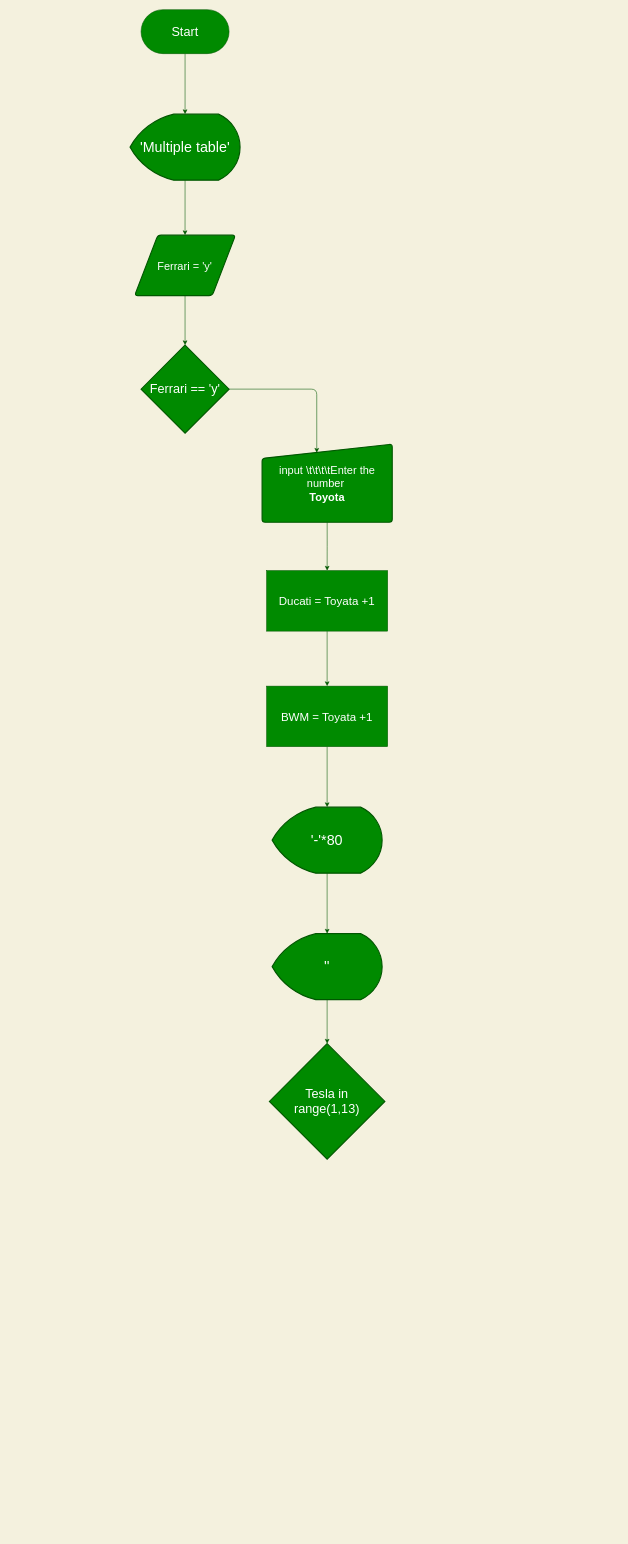
This is Homework/flowHomework_multiple_table.drawio from JakapatJod/INE-PYTHON-64, a draw.io file, before an edit. Source tidied: cells renumbered, new cells numbered last; positions are measured from the earlier drawing's top-left corner, leaving out a move shared by most shapes. Both pictures are drawn from the tidied source at 55%, with x=0, y=0 at pixel (130, 9).
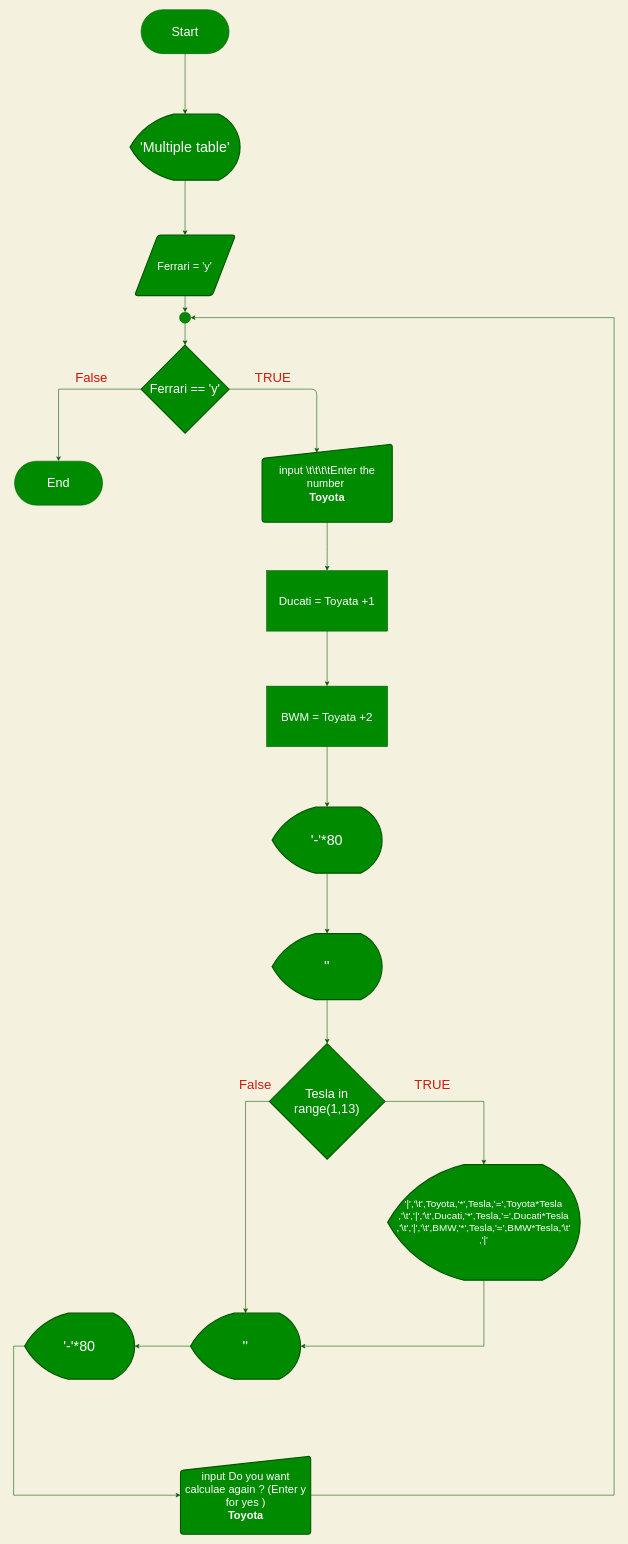
The same diagram, later.

Unchanged cells that the change refers to:
```xml
<mxCell id="7" value="&lt;font style=&quot;font-size: 20px&quot; color=&quot;#ffffff&quot;&gt;Ferrari = 'y'&lt;/font&gt;" style="shape=parallelogram;html=1;strokeWidth=2;perimeter=parallelogramPerimeter;whiteSpace=wrap;rounded=1;arcSize=12;size=0.23;sketch=0;fontColor=#ffffff;fillColor=#008a00;strokeColor=#005700;" parent="1" vertex="1">
  <mxGeometry x="8.3" y="410" width="183.3" height="110" as="geometry" />
</mxCell>
<mxCell id="9" value="&lt;font color=&quot;#ffffff&quot; style=&quot;font-size: 23px&quot;&gt;Ferrari == 'y'&lt;/font&gt;" style="strokeWidth=2;html=1;shape=mxgraph.flowchart.decision;whiteSpace=wrap;rounded=0;sketch=0;fontColor=#ffffff;fillColor=#008a00;strokeColor=#005700;" parent="1" vertex="1">
  <mxGeometry x="20" y="610" width="160" height="160" as="geometry" />
</mxCell>
<mxCell id="20" value="&lt;font color=&quot;#ffffff&quot;&gt;&lt;span style=&quot;font-size: 23px&quot;&gt;Tesla in &lt;br&gt;range(1,13)&lt;/span&gt;&lt;/font&gt;" style="strokeWidth=2;html=1;shape=mxgraph.flowchart.decision;whiteSpace=wrap;rounded=0;sketch=0;fontColor=#ffffff;fillColor=#008a00;strokeColor=#005700;" parent="1" vertex="1">
  <mxGeometry x="253.3" y="1880" width="210" height="210" as="geometry" />
</mxCell>
```

The edit, as a diff of the source:
```diff
@@
-    <mxCell id="6" style="edgeStyle=orthogonalEdgeStyle;curved=0;rounded=1;sketch=0;jettySize=auto;html=1;exitX=0.5;exitY=1;exitDx=0;exitDy=0;entryX=0.5;entryY=0;entryDx=0;entryDy=0;entryPerimeter=0;fontColor=#393C56;strokeColor=#005700;fillColor=#008a00;" parent="1" edge="1" source="7" target="9">
-      <mxGeometry relative="1" as="geometry" />
+    <mxCell id="6" style="edgeStyle=orthogonalEdgeStyle;curved=0;rounded=1;sketch=0;jettySize=auto;html=1;exitX=0.5;exitY=1;exitDx=0;exitDy=0;fontColor=#393C56;strokeColor=#005700;fillColor=#008a00;" parent="1" edge="1" source="7">
+      <mxGeometry relative="1" as="geometry">
+        <mxPoint x="100" y="550" as="targetPoint" />
+        <Array as="points">
+          <mxPoint x="100" y="550" />
+          <mxPoint x="100" y="550" />
+        </Array>
+      </mxGeometry>
     </mxCell>
@@
+    <mxCell id="21" style="edgeStyle=orthogonalEdgeStyle;rounded=0;jettySize=auto;html=1;exitX=0;exitY=0.5;exitDx=0;exitDy=0;exitPerimeter=0;fillColor=#008a00;strokeColor=#005700;entryX=0.5;entryY=0;entryDx=0;entryDy=0;" parent="1" edge="1" source="9" target="26">
+      <mxGeometry relative="1" as="geometry" />
+    </mxCell>
@@
-    <mxCell id="15" value="&lt;font style=&quot;font-size: 21px&quot; color=&quot;#ffffff&quot;&gt;BWM = Toyata +1&lt;/font&gt;" style="rounded=0;whiteSpace=wrap;html=1;sketch=0;fontColor=#ffffff;strokeColor=#005700;fillColor=#008a00;" parent="1" vertex="1">
+    <mxCell id="15" value="&lt;font style=&quot;font-size: 21px&quot; color=&quot;#ffffff&quot;&gt;BWM = Toyata +2&lt;/font&gt;" style="rounded=0;whiteSpace=wrap;html=1;sketch=0;fontColor=#ffffff;strokeColor=#005700;fillColor=#008a00;" parent="1" vertex="1">
       <mxGeometry x="248.3" y="1230" width="220" height="110" as="geometry" />
     </mxCell>
@@
+    <mxCell id="22" style="edgeStyle=orthogonalEdgeStyle;rounded=0;jettySize=auto;html=1;exitX=1;exitY=0.5;exitDx=0;exitDy=0;exitPerimeter=0;entryX=0.5;entryY=0;entryDx=0;entryDy=0;entryPerimeter=0;fillColor=#008a00;strokeColor=#005700;" parent="1" edge="1" source="20" target="25">
+      <mxGeometry relative="1" as="geometry" />
+    </mxCell>
+    <mxCell id="23" style="edgeStyle=orthogonalEdgeStyle;rounded=0;jettySize=auto;html=1;exitX=0;exitY=0.5;exitDx=0;exitDy=0;exitPerimeter=0;entryX=0.5;entryY=0;entryDx=0;entryDy=0;entryPerimeter=0;fontSize=24;fontColor=#00CC00;fillColor=#008a00;strokeColor=#005700;" parent="1" edge="1" source="20" target="30">
+      <mxGeometry relative="1" as="geometry" />
+    </mxCell>
@@
+    <mxCell id="24" style="edgeStyle=orthogonalEdgeStyle;rounded=0;jettySize=auto;html=1;exitX=0.5;exitY=1;exitDx=0;exitDy=0;exitPerimeter=0;entryX=1;entryY=0.5;entryDx=0;entryDy=0;entryPerimeter=0;fontSize=24;fontColor=#00CC00;fillColor=#008a00;strokeColor=#005700;" parent="1" edge="1" source="25" target="30">
+      <mxGeometry relative="1" as="geometry" />
+    </mxCell>
+    <mxCell id="25" value="&lt;font style=&quot;font-size: 18px&quot;&gt;'|','\t',Toyota,'*',Tesla,'=',Toyota*Tesla&lt;br&gt;,'\t','|','\t',Ducati,'*',Tesla,'=',Ducati*Tesla&lt;br&gt;,'\t','|','\t',BMW,'*',Tesla,'=',BMW*Tesla,'\t'&lt;br&gt;,'|'&lt;br&gt;&lt;/font&gt;" style="strokeWidth=2;html=1;shape=mxgraph.flowchart.display;whiteSpace=wrap;rounded=0;sketch=0;fontColor=#ffffff;fillColor=#008a00;strokeColor=#005700;" parent="1" vertex="1">
+      <mxGeometry x="468.3" y="2100" width="350" height="210" as="geometry" />
+    </mxCell>
+    <mxCell id="26" value="&lt;span style=&quot;font-size: 23px&quot;&gt;End&lt;/span&gt;" style="rounded=1;whiteSpace=wrap;html=1;sketch=0;arcSize=50;fillColor=#008a00;strokeColor=#005700;fontColor=#ffffff;" parent="1" vertex="1">
+      <mxGeometry x="-210" y="821" width="160" height="80" as="geometry" />
+    </mxCell>
+    <mxCell id="27" value="TRUE" style="text;html=1;strokeColor=none;fillColor=none;align=center;verticalAlign=middle;whiteSpace=wrap;rounded=0;fontSize=24;fontColor=#CC1D10;" parent="1" vertex="1">
+      <mxGeometry x="240" y="660" width="40" height="20" as="geometry" />
+    </mxCell>
+    <mxCell id="28" value="False" style="text;html=1;strokeColor=none;fillColor=none;align=center;verticalAlign=middle;whiteSpace=wrap;rounded=0;fontSize=24;fontColor=#CC110A;" parent="1" vertex="1">
+      <mxGeometry x="-90" y="660" width="40" height="20" as="geometry" />
+    </mxCell>
+    <mxCell id="29" style="edgeStyle=orthogonalEdgeStyle;rounded=0;jettySize=auto;html=1;exitX=0;exitY=0.5;exitDx=0;exitDy=0;exitPerimeter=0;entryX=1;entryY=0.5;entryDx=0;entryDy=0;entryPerimeter=0;fontSize=24;fontColor=#00CC00;fillColor=#008a00;strokeColor=#005700;" parent="1" edge="1" source="30" target="32">
+      <mxGeometry relative="1" as="geometry" />
+    </mxCell>
+    <mxCell id="30" value="&lt;font color=&quot;#ffffff&quot;&gt;&lt;span style=&quot;font-size: 26px&quot;&gt;''&lt;/span&gt;&lt;/font&gt;" style="strokeWidth=2;html=1;shape=mxgraph.flowchart.display;whiteSpace=wrap;rounded=0;sketch=0;fontColor=#ffffff;fillColor=#008a00;strokeColor=#005700;" parent="1" vertex="1">
+      <mxGeometry x="110" y="2370" width="200" height="120" as="geometry" />
+    </mxCell>
+    <mxCell id="31" style="edgeStyle=orthogonalEdgeStyle;rounded=0;jettySize=auto;html=1;exitX=0;exitY=0.5;exitDx=0;exitDy=0;exitPerimeter=0;entryX=0;entryY=0.5;entryDx=0;entryDy=0;fontSize=24;fontColor=#00CC00;fillColor=#008a00;strokeColor=#005700;" parent="1" edge="1" source="32" target="34">
+      <mxGeometry relative="1" as="geometry" />
+    </mxCell>
+    <mxCell id="32" value="&lt;font color=&quot;#ffffff&quot;&gt;&lt;span style=&quot;font-size: 26px&quot;&gt;'-'*80&lt;/span&gt;&lt;/font&gt;" style="strokeWidth=2;html=1;shape=mxgraph.flowchart.display;whiteSpace=wrap;rounded=0;sketch=0;fontColor=#ffffff;fillColor=#008a00;strokeColor=#005700;" parent="1" vertex="1">
+      <mxGeometry x="-191.7" y="2370" width="200" height="120" as="geometry" />
+    </mxCell>
+    <mxCell id="33" style="edgeStyle=orthogonalEdgeStyle;rounded=0;jettySize=auto;html=1;exitX=1;exitY=0.5;exitDx=0;exitDy=0;fontSize=24;fontColor=#00CC00;fillColor=#008a00;strokeColor=#005700;entryX=1;entryY=0.5;entryDx=0;entryDy=0;entryPerimeter=0;" parent="1" edge="1" source="34" target="36">
+      <mxGeometry relative="1" as="geometry">
+        <Array as="points">
+          <mxPoint x="880" y="2701" />
+          <mxPoint x="880" y="560" />
+        </Array>
+      </mxGeometry>
+    </mxCell>
+    <mxCell id="34" value="&lt;font style=&quot;font-size: 20px&quot;&gt;&lt;font color=&quot;#ffffff&quot;&gt;input Do you want calculae again ? (Enter y for yes )&lt;br&gt;&lt;b&gt;Toyota&lt;/b&gt;&lt;/font&gt;&lt;br&gt;&lt;/font&gt;" style="html=1;strokeWidth=2;shape=manualInput;whiteSpace=wrap;rounded=1;size=26;arcSize=11;sketch=0;fontColor=#ffffff;fillColor=#008a00;strokeColor=#005700;" parent="1" vertex="1">
+      <mxGeometry x="91.7" y="2630" width="236.7" height="142" as="geometry" />
+    </mxCell>
+    <mxCell id="35" style="edgeStyle=orthogonalEdgeStyle;rounded=0;jettySize=auto;html=1;exitX=0.5;exitY=1;exitDx=0;exitDy=0;exitPerimeter=0;entryX=0.5;entryY=0;entryDx=0;entryDy=0;entryPerimeter=0;fontSize=24;fontColor=#00CC00;fillColor=#008a00;strokeColor=#005700;" parent="1" edge="1" source="36" target="9">
+      <mxGeometry relative="1" as="geometry" />
+    </mxCell>
+    <mxCell id="36" style="verticalLabelPosition=bottom;verticalAlign=top;html=1;shape=mxgraph.flowchart.on-page_reference;fontSize=24;fontColor=#ffffff;fillColor=#008a00;strokeColor=#005700;" parent="1" vertex="1">
+      <mxGeometry x="90" y="550" width="20" height="20" as="geometry" />
+    </mxCell>
+    <mxCell id="37" value="TRUE" style="text;html=1;strokeColor=none;fillColor=none;align=center;verticalAlign=middle;whiteSpace=wrap;rounded=0;fontSize=24;fontColor=#CC1D10;" parent="1" vertex="1">
+      <mxGeometry x="530" y="1930" width="40" height="50" as="geometry" />
+    </mxCell>
+    <mxCell id="38" value="False" style="text;html=1;strokeColor=none;fillColor=none;align=center;verticalAlign=middle;whiteSpace=wrap;rounded=0;fontSize=24;fontColor=#CC1D10;" parent="1" vertex="1">
+      <mxGeometry x="208.3" y="1945" width="40" height="20" as="geometry" />
+    </mxCell>
```
